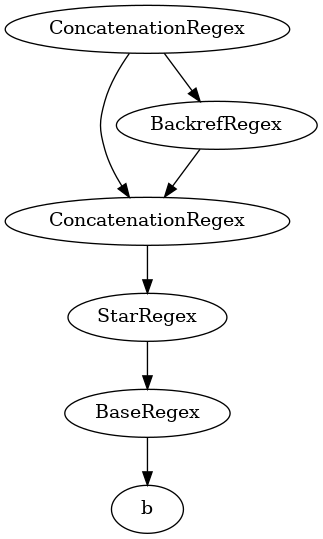
julia-bel/regex_fuzzing keeps this Graphviz diagram as visualization/regex.gv.png. Above is the earlier version. Its source is kept beside it as visualization/regex.gv.
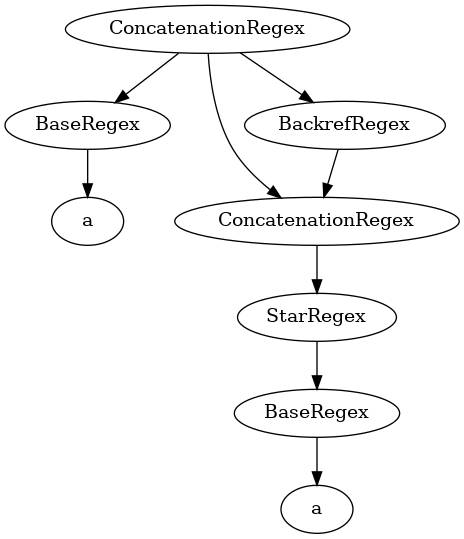
The same diagram one commit later.

The edit, as a diff of the source:
```diff
@@ -1,14 +1,18 @@
 digraph {
 	0 [label=ConcatenationRegex]
-	1 [label=ConcatenationRegex]
+	1 [label=BaseRegex]
 	0 -> 1
-	2 [label=StarRegex]
+	2 [label=a]
 	1 -> 2
-	3 [label=BaseRegex]
-	2 -> 3
-	4 [label=b]
+	3 [label=ConcatenationRegex]
+	0 -> 3
+	4 [label=StarRegex]
 	3 -> 4
-	5 [label=BackrefRegex]
-	0 -> 5
-	5 -> 1
+	5 [label=BaseRegex]
+	4 -> 5
+	6 [label=a]
+	5 -> 6
+	7 [label=BackrefRegex]
+	0 -> 7
+	7 -> 3
 }
```
